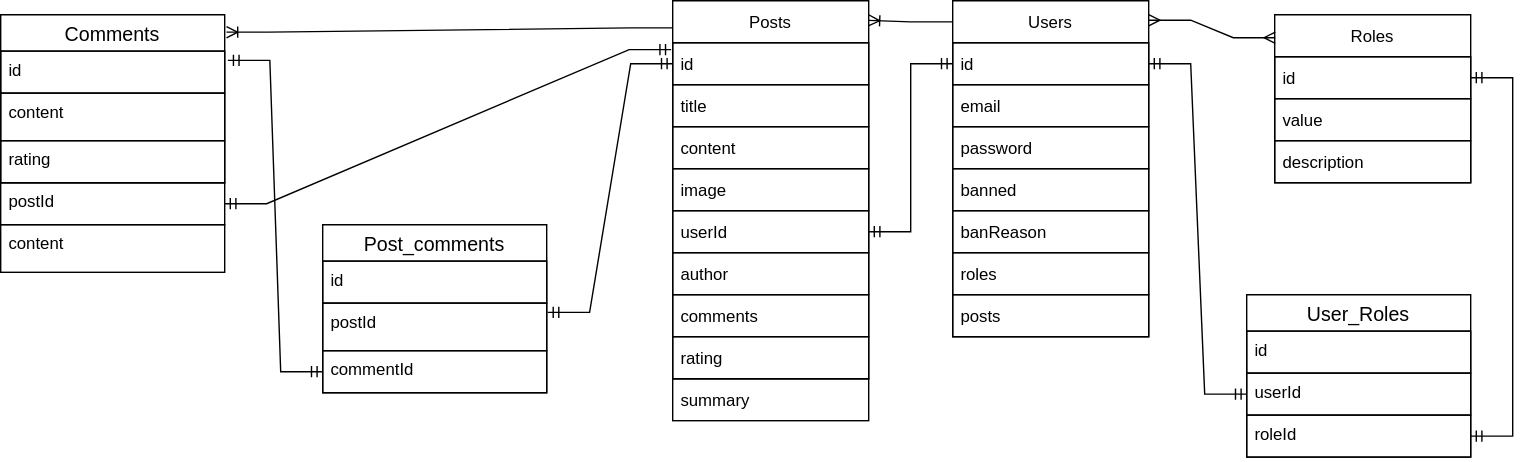
Above: server/data-relationships.svg in FedorowPavel/Blog (draw.io), before the change. Source tidied: cells renumbered, new cells last; positions are measured from the earlier drawing's top-left corner, leaving out a move shared by most shapes.
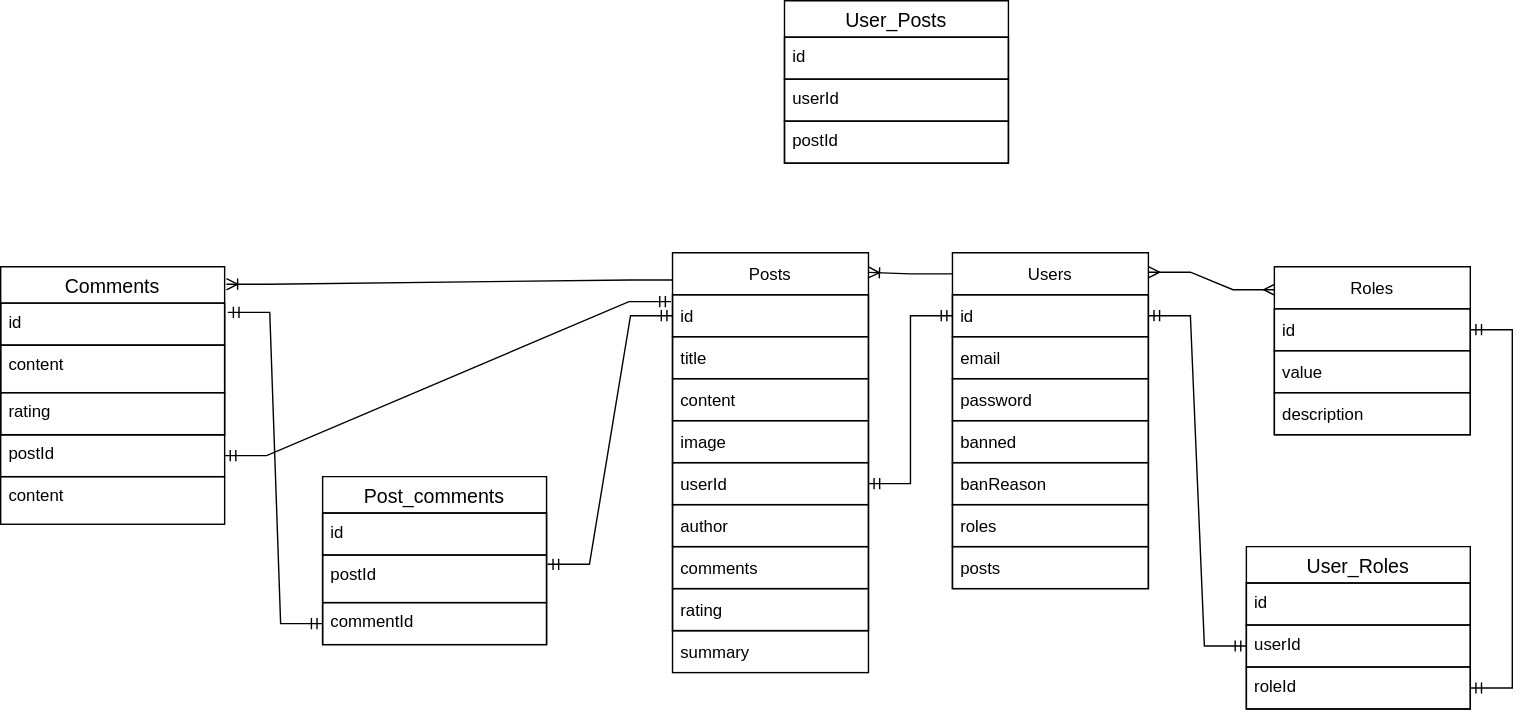
The same file after the commit.

Diff of the diagram source:
```diff
@@ -139,5 +139,17 @@
     <mxCell id="46" value="content" style="text;strokeColor=#000000;fillColor=none;spacingLeft=4;spacingRight=4;overflow=hidden;fontSize=12;" parent="1" vertex="1">
       <mxGeometry y="160" width="160" height="34" as="geometry" />
     </mxCell>
+    <mxCell id="47" value="User_Posts" style="swimlane;fontStyle=0;horizontal=1;startSize=26;align=center;fontSize=14;strokeColor=#000000;" parent="1" vertex="1">
+      <mxGeometry x="560" y="-180" width="160" height="116" as="geometry" />
+    </mxCell>
+    <mxCell id="48" value="id" style="text;strokeColor=#000000;fillColor=none;spacingLeft=4;spacingRight=4;overflow=hidden;fontSize=12;" parent="47" vertex="1">
+      <mxGeometry y="26" width="160" height="30" as="geometry" />
+    </mxCell>
+    <mxCell id="49" value="userId" style="text;strokeColor=#000000;fillColor=none;spacingLeft=4;spacingRight=4;overflow=hidden;fontSize=12;" parent="47" vertex="1">
+      <mxGeometry y="56" width="160" height="30" as="geometry" />
+    </mxCell>
+    <mxCell id="50" value="postId" style="text;strokeColor=#000000;fillColor=none;spacingLeft=4;spacingRight=4;overflow=hidden;fontSize=12;" parent="47" vertex="1">
+      <mxGeometry y="86" width="160" height="30" as="geometry" />
+    </mxCell>
   </root>
 </mxGraphModel>
```
